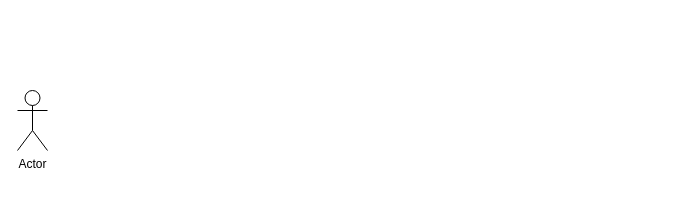
This is page "usecase diagram 1" (1 of 2) of activity diagram gis.drawio from AmirRazer/DrawIoErd, a draw.io file, before an edit. Source tidied: cells renumbered, new cells numbered last; positions are measured from the earlier drawing's top-left corner, leaving out a move shared by most shapes. Both pictures are drawn from the tidied source at 100%, with x=0, y=0 at pixel (17, 90).
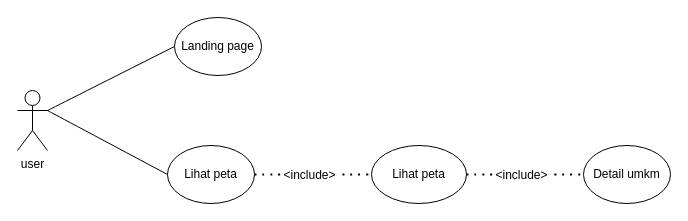
Above is the later version.

The edit, as a diff of the source:
```diff
@@
 <mxGraphModel>
   <root>
     <mxCell id="0" />
     <mxCell id="1" parent="0" />
-    <mxCell id="2" value="Actor" style="shape=umlActor;verticalLabelPosition=bottom;verticalAlign=top;html=1;outlineConnect=0;" parent="1" vertex="1">
+    <mxCell id="2" value="user&lt;div&gt;&lt;br&gt;&lt;/div&gt;" style="shape=umlActor;verticalLabelPosition=bottom;verticalAlign=top;html=1;outlineConnect=0;" parent="1" vertex="1">
       <mxGeometry width="30" height="60" as="geometry" />
     </mxCell>
+    <mxCell id="3" value="Landing page" style="ellipse;whiteSpace=wrap;html=1;" parent="1" vertex="1">
+      <mxGeometry x="157" y="-73" width="87" height="58" as="geometry" />
+    </mxCell>
+    <mxCell id="4" value="Lihat peta" style="ellipse;whiteSpace=wrap;html=1;" parent="1" vertex="1">
+      <mxGeometry x="150" y="55" width="87" height="58" as="geometry" />
+    </mxCell>
+    <mxCell id="5" style="endArrow=none;html=1;rounded=0;fontSize=12;startSize=8;endSize=8;curved=1;exitX=1;exitY=0.3333333333333333;exitDx=0;exitDy=0;exitPerimeter=0;entryX=0;entryY=0.5;entryDx=0;entryDy=0;" parent="1" edge="1" source="2" target="3">
+      <mxGeometry relative="1" as="geometry" />
+    </mxCell>
+    <mxCell id="6" style="endArrow=none;html=1;rounded=0;fontSize=12;startSize=8;endSize=8;curved=1;exitX=1;exitY=0.3333333333333333;exitDx=0;exitDy=0;exitPerimeter=0;entryX=0;entryY=0.5;entryDx=0;entryDy=0;" parent="1" edge="1" source="2" target="4">
+      <mxGeometry relative="1" as="geometry" />
+    </mxCell>
+    <mxCell id="7" value="Lihat peta" style="ellipse;whiteSpace=wrap;html=1;" parent="1" vertex="1">
+      <mxGeometry x="354" y="55" width="95" height="58" as="geometry" />
+    </mxCell>
+    <mxCell id="8" style="endArrow=none;dashed=1;html=1;dashPattern=1 3;strokeWidth=2;rounded=0;fontSize=12;startSize=8;endSize=8;curved=1;exitX=1;exitY=0.5;exitDx=0;exitDy=0;entryX=0;entryY=0.5;entryDx=0;entryDy=0;" parent="1" edge="1" source="4" target="7">
+      <mxGeometry relative="1" as="geometry" />
+    </mxCell>
+    <mxCell id="9" value="&amp;lt;include&amp;gt;" style="edgeLabel;html=1;align=center;verticalAlign=middle;fontSize=12;" parent="8" vertex="1">
+      <mxGeometry x="-0.08" relative="1" as="geometry" />
+    </mxCell>
+    <mxCell id="10" value="Detail umkm" style="ellipse;whiteSpace=wrap;html=1;" parent="1" vertex="1">
+      <mxGeometry x="566" y="55" width="87" height="58" as="geometry" />
+    </mxCell>
+    <mxCell id="11" style="endArrow=none;dashed=1;html=1;dashPattern=1 3;strokeWidth=2;rounded=0;fontSize=12;startSize=8;endSize=8;curved=1;exitX=1;exitY=0.5;exitDx=0;exitDy=0;entryX=0;entryY=0.5;entryDx=0;entryDy=0;" parent="1" edge="1" source="7" target="10">
+      <mxGeometry relative="1" as="geometry" />
+    </mxCell>
+    <mxCell id="12" value="&amp;lt;include&amp;gt;" style="edgeLabel;html=1;align=center;verticalAlign=middle;fontSize=12;" parent="11" vertex="1">
+      <mxGeometry x="-0.08" relative="1" as="geometry" />
+    </mxCell>
   </root>
 </mxGraphModel>
```
